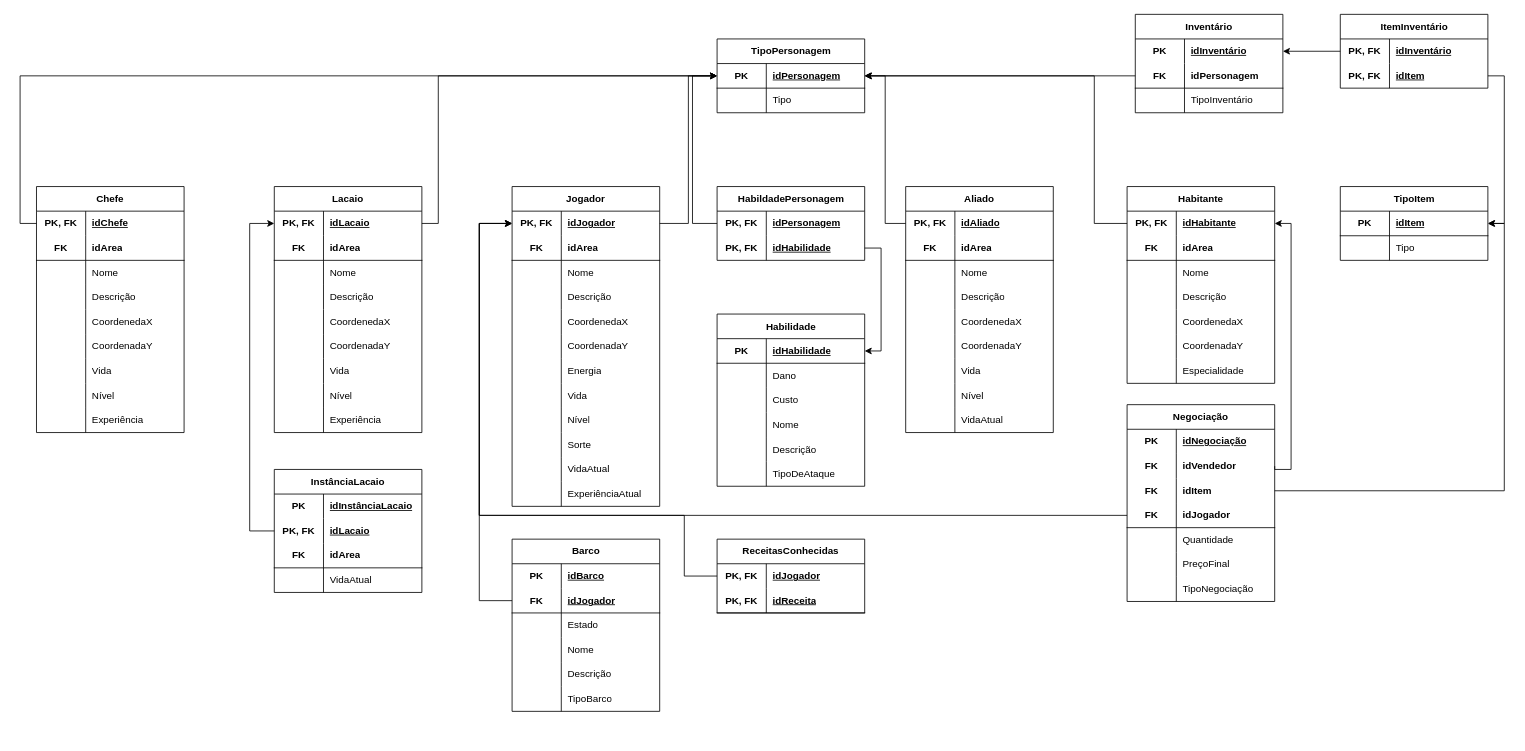
SBD1/2025.1-Marventura keeps this draw.io diagram as docs/assets/drawio/modelo-relacional-personagem.drawio. Above is the earlier version. Source tidied: cells renumbered, new cells numbered last; positions are measured from the earlier drawing's top-left corner, leaving out a move shared by most shapes. Both pictures are drawn from the tidied source at 82%, with x=0, y=0 at pixel (36, 14).
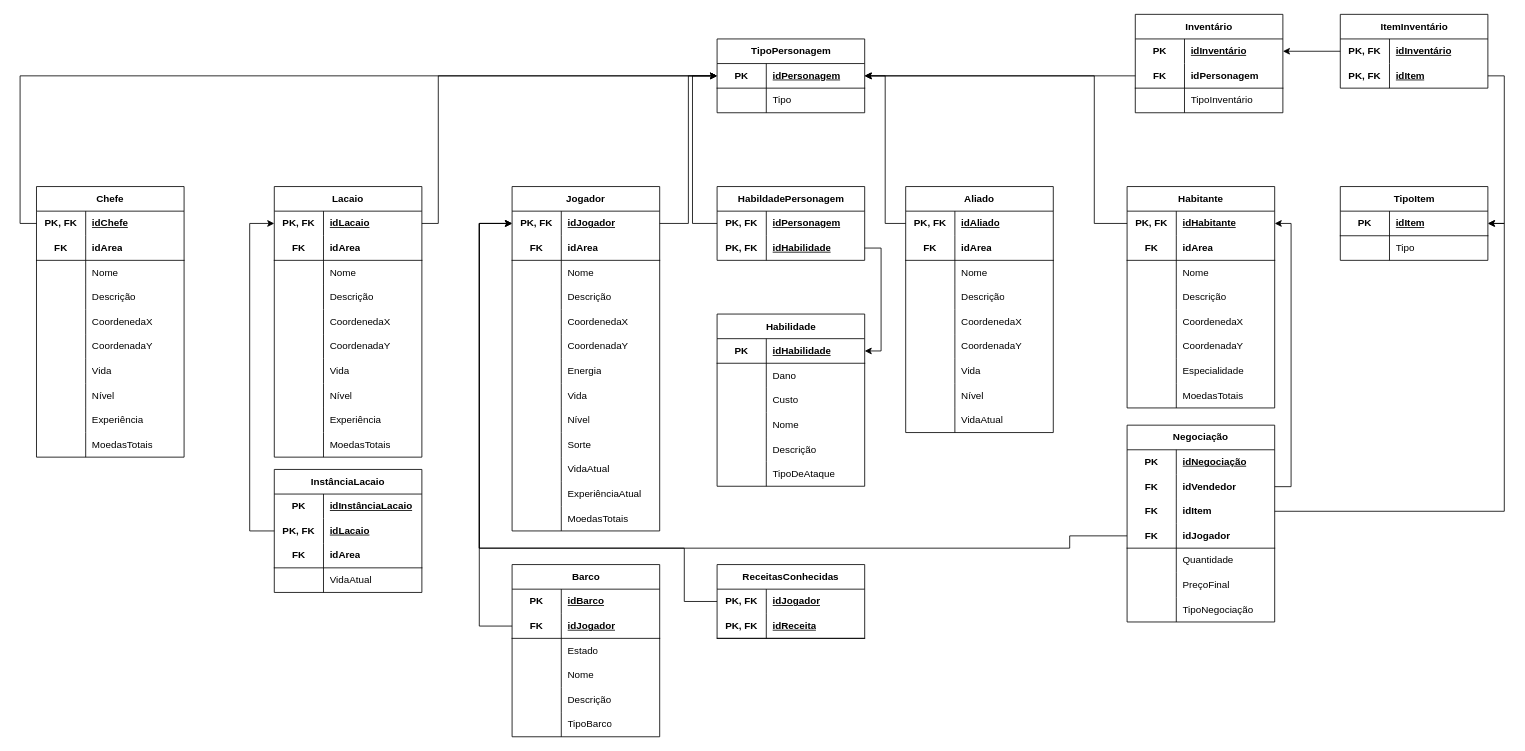
After the change.

Commit message (it also covers changes not shown here):
Adiciona atributo nas tabelas

Unchanged cells that the change refers to:
```xml
<mxCell id="30" style="shape=tableRow;horizontal=0;startSize=0;swimlaneHead=0;swimlaneBody=0;fillColor=none;points=[[0,0.5],[1,0.5]];portConstraint=eastwest;top=0;left=0;right=0;bottom=0;html=1;" parent="29" vertex="1">
  <mxGeometry y="30" width="180" height="30" as="geometry" />
</mxCell>
<mxCell id="177" style="shape=tableRow;horizontal=0;startSize=0;swimlaneHead=0;swimlaneBody=0;fillColor=none;points=[[0,0.5],[1,0.5]];portConstraint=eastwest;top=0;left=0;right=0;bottom=0;html=1;" parent="176" vertex="1">
  <mxGeometry y="30" width="180" height="30" as="geometry" />
</mxCell>
<mxCell id="185" style="shape=tableRow;horizontal=0;startSize=0;swimlaneHead=0;swimlaneBody=0;fillColor=none;points=[[0,0.5],[1,0.5]];portConstraint=eastwest;top=0;left=0;right=0;bottom=0;html=1;" parent="184" vertex="1">
  <mxGeometry y="30" width="180" height="30" as="geometry" />
</mxCell>
<mxCell id="211" style="shape=tableRow;horizontal=0;startSize=0;swimlaneHead=0;swimlaneBody=0;fillColor=none;points=[[0,0.5],[1,0.5]];portConstraint=eastwest;top=0;left=0;right=0;bottom=0;html=1;" parent="207" vertex="1">
  <mxGeometry y="60" width="180" height="30" as="geometry" />
</mxCell>
<mxCell id="217" style="shape=tableRow;horizontal=0;startSize=0;swimlaneHead=0;swimlaneBody=0;fillColor=none;points=[[0,0.5],[1,0.5]];portConstraint=eastwest;top=0;left=0;right=0;bottom=1;html=1;" parent="207" vertex="1">
  <mxGeometry y="120" width="180" height="30" as="geometry" />
</mxCell>
<mxCell id="264" style="shape=tableRow;horizontal=0;startSize=0;swimlaneHead=0;swimlaneBody=0;fillColor=none;points=[[0,0.5],[1,0.5]];portConstraint=eastwest;top=0;left=0;right=0;bottom=1;" parent="260" vertex="1">
  <mxGeometry y="60" width="180" height="30" as="geometry" />
</mxCell>
```

Diff of the diagram source:
```diff
@@
     <mxCell id="29" value="&lt;span style=&quot;text-wrap-mode: nowrap;&quot;&gt;Jogador&lt;/span&gt;" style="shape=table;startSize=30;childLayout=tableLayout;rowLines=0;fontStyle=1;align=center;html=1;whiteSpace=wrap;" parent="1" vertex="1">
-      <mxGeometry x="580" y="210" width="180" height="390" as="geometry" />
+      <mxGeometry x="580" y="210" width="180" height="420" as="geometry" />
     </mxCell>
@@
+    <mxCell id="280" style="shape=tableRow;horizontal=0;startSize=0;swimlaneHead=0;swimlaneBody=0;fillColor=none;top=0;left=0;right=0;bottom=0;" parent="29" vertex="1">
+      <mxGeometry y="390" width="180" height="30" as="geometry" />
+    </mxCell>
+    <mxCell id="281" style="shape=partialRectangle;fillColor=none;top=0;left=0;bottom=0;right=0;overflow=hidden;whiteSpace=wrap;html=1;" parent="280" vertex="1">
+      <mxGeometry width="60" height="30" as="geometry" />
+    </mxCell>
+    <mxCell id="282" value="MoedasTotais" style="shape=partialRectangle;fillColor=none;top=0;left=0;bottom=0;right=0;align=left;spacingLeft=6;overflow=hidden;whiteSpace=wrap;html=1;" parent="280" vertex="1">
+      <mxGeometry x="60" width="120" height="30" as="geometry" />
+    </mxCell>
@@
     <mxCell id="117" value="Lacaio" style="shape=table;startSize=30;childLayout=tableLayout;rowLines=0;fontStyle=1;align=center;html=1;whiteSpace=wrap;" parent="1" vertex="1">
-      <mxGeometry x="290" y="210" width="180" height="300" as="geometry" />
+      <mxGeometry x="290" y="210" width="180" height="330" as="geometry" />
     </mxCell>
@@
+    <mxCell id="283" style="shape=tableRow;horizontal=0;startSize=0;swimlaneHead=0;swimlaneBody=0;fillColor=none;top=0;left=0;right=0;bottom=0;" parent="117" vertex="1">
+      <mxGeometry y="300" width="180" height="30" as="geometry" />
+    </mxCell>
+    <mxCell id="284" style="shape=partialRectangle;fillColor=none;top=0;left=0;bottom=0;right=0;overflow=hidden;whiteSpace=wrap;html=1;" parent="283" vertex="1">
+      <mxGeometry width="60" height="30" as="geometry" />
+    </mxCell>
+    <mxCell id="285" value="MoedasTotais" style="shape=partialRectangle;fillColor=none;top=0;left=0;bottom=0;right=0;align=left;spacingLeft=6;overflow=hidden;whiteSpace=wrap;html=1;" parent="283" vertex="1">
+      <mxGeometry x="60" width="120" height="30" as="geometry" />
+    </mxCell>
     <mxCell id="145" value="Chefe" style="shape=table;startSize=30;childLayout=tableLayout;rowLines=0;fontStyle=1;align=center;html=1;whiteSpace=wrap;" parent="1" vertex="1">
-      <mxGeometry y="210" width="180" height="300" as="geometry" />
+      <mxGeometry y="210" width="180" height="330" as="geometry" />
     </mxCell>
@@
+    <mxCell id="286" style="shape=tableRow;horizontal=0;startSize=0;swimlaneHead=0;swimlaneBody=0;fillColor=none;top=0;left=0;right=0;bottom=0;" parent="145" vertex="1">
+      <mxGeometry y="300" width="180" height="30" as="geometry" />
+    </mxCell>
+    <mxCell id="287" style="shape=partialRectangle;fillColor=none;top=0;left=0;bottom=0;right=0;overflow=hidden;whiteSpace=wrap;html=1;" parent="286" vertex="1">
+      <mxGeometry width="60" height="30" as="geometry" />
+    </mxCell>
+    <mxCell id="288" value="MoedasTotais" style="shape=partialRectangle;fillColor=none;top=0;left=0;bottom=0;right=0;align=left;spacingLeft=6;overflow=hidden;whiteSpace=wrap;html=1;" parent="286" vertex="1">
+      <mxGeometry x="60" width="120" height="30" as="geometry" />
+    </mxCell>
@@
     <mxCell id="176" value="ReceitasConhecidas" style="shape=table;startSize=30;childLayout=tableLayout;rowLines=0;fontStyle=1;align=center;html=1;whiteSpace=wrap;" parent="1" vertex="1">
-      <mxGeometry x="830" y="640" width="180" height="90" as="geometry" />
+      <mxGeometry x="830" y="671" width="180" height="90" as="geometry" />
     </mxCell>
@@
     <mxCell id="183" style="edgeStyle=orthogonalEdgeStyle;rounded=0;jettySize=auto;html=1;entryX=0;entryY=0.5;entryDx=0;entryDy=0;exitX=0;exitY=0.5;exitDx=0;exitDy=0;" parent="1" edge="1" source="177" target="30">
       <mxGeometry relative="1" as="geometry">
         <Array as="points">
-          <mxPoint x="790" y="685" />
-          <mxPoint x="790" y="611" />
-          <mxPoint x="540" y="611" />
+          <mxPoint x="790" y="716" />
+          <mxPoint x="790" y="651" />
+          <mxPoint x="540" y="651" />
           <mxPoint x="540" y="255" />
         </Array>
       </mxGeometry>
     </mxCell>
     <mxCell id="184" value="Habitante" style="shape=table;startSize=30;childLayout=tableLayout;rowLines=0;fontStyle=1;align=center;html=1;whiteSpace=wrap;" parent="1" vertex="1">
-      <mxGeometry x="1330" y="210" width="180" height="240" as="geometry" />
+      <mxGeometry x="1330" y="210" width="180" height="270" as="geometry" />
     </mxCell>
@@
+    <mxCell id="289" style="shape=tableRow;horizontal=0;startSize=0;swimlaneHead=0;swimlaneBody=0;fillColor=none;top=0;left=0;right=0;bottom=0;" parent="184" vertex="1">
+      <mxGeometry y="240" width="180" height="30" as="geometry" />
+    </mxCell>
+    <mxCell id="290" style="shape=partialRectangle;fillColor=none;top=0;left=0;bottom=0;right=0;overflow=hidden;whiteSpace=wrap;html=1;" parent="289" vertex="1">
+      <mxGeometry width="60" height="30" as="geometry" />
+    </mxCell>
+    <mxCell id="291" value="MoedasTotais" style="shape=partialRectangle;fillColor=none;top=0;left=0;bottom=0;right=0;align=left;spacingLeft=6;overflow=hidden;whiteSpace=wrap;html=1;" parent="289" vertex="1">
+      <mxGeometry x="60" width="120" height="30" as="geometry" />
+    </mxCell>
@@
     <mxCell id="207" value="Negociação" style="shape=table;startSize=30;childLayout=tableLayout;rowLines=0;fontStyle=1;align=center;html=1;whiteSpace=wrap;" parent="1" vertex="1">
-      <mxGeometry x="1330" y="476" width="180" height="240" as="geometry" />
+      <mxGeometry x="1330" y="501" width="180" height="240" as="geometry" />
     </mxCell>
@@
     <mxCell id="229" style="edgeStyle=orthogonalEdgeStyle;rounded=0;jettySize=auto;html=1;entryX=1;entryY=0.5;entryDx=0;entryDy=0;exitX=1;exitY=0.5;exitDx=0;exitDy=0;" parent="1" edge="1" source="211" target="185">
       <mxGeometry relative="1" as="geometry">
         <Array as="points">
-          <mxPoint x="1530" y="555" />
+          <mxPoint x="1530" y="576" />
           <mxPoint x="1530" y="255" />
         </Array>
       </mxGeometry>
     </mxCell>
     <mxCell id="230" style="edgeStyle=orthogonalEdgeStyle;rounded=0;jettySize=auto;html=1;entryX=0;entryY=0.5;entryDx=0;entryDy=0;exitX=0;exitY=0.5;exitDx=0;exitDy=0;jumpStyle=arc;" parent="1" edge="1" source="217" target="30">
       <mxGeometry relative="1" as="geometry">
         <Array as="points">
-          <mxPoint x="1330" y="611" />
-          <mxPoint x="540" y="611" />
+          <mxPoint x="1260" y="636" />
+          <mxPoint x="1260" y="651" />
+          <mxPoint x="540" y="651" />
           <mxPoint x="540" y="255" />
         </Array>
       </mxGeometry>
     </mxCell>
@@
     <mxCell id="260" value="Barco" style="shape=table;startSize=30;childLayout=tableLayout;rowLines=0;fontStyle=1;align=center;html=1;" parent="1" vertex="1">
-      <mxGeometry x="580" y="640" width="180" height="210" as="geometry" />
+      <mxGeometry x="580" y="671" width="180" height="210" as="geometry" />
     </mxCell>
@@
     <mxCell id="279" style="edgeStyle=orthogonalEdgeStyle;rounded=0;jettySize=auto;html=1;exitX=0;exitY=0.5;exitDx=0;exitDy=0;entryX=0;entryY=0.5;entryDx=0;entryDy=0;" parent="1" edge="1" source="264" target="30">
       <mxGeometry relative="1" as="geometry">
         <Array as="points">
-          <mxPoint x="540" y="715" />
+          <mxPoint x="540" y="746" />
           <mxPoint x="540" y="255" />
         </Array>
       </mxGeometry>
     </mxCell>
```
